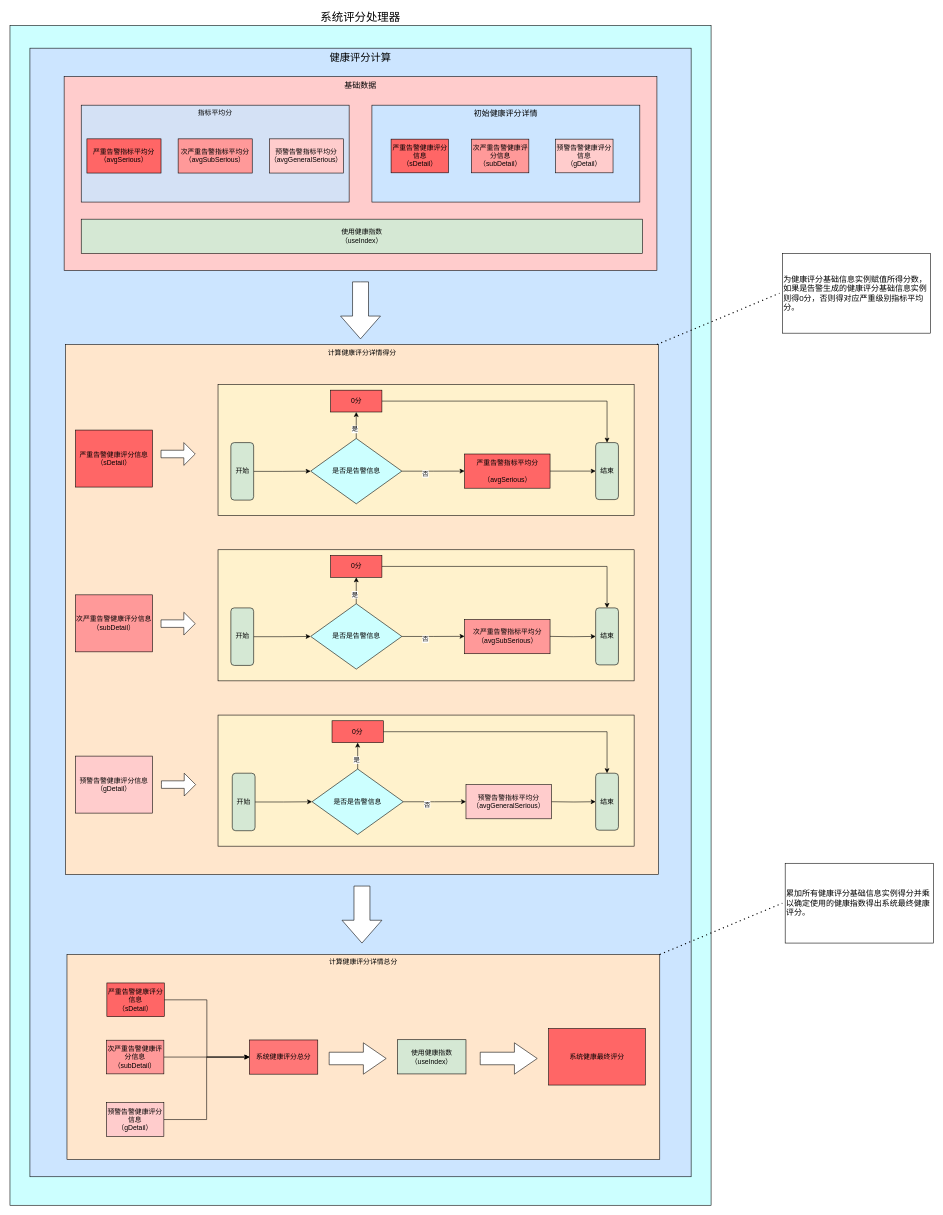
diaosinanshen/draw keeps this draw.io diagram as 健康模型3.drawio. Above is the earlier version. Source tidied: cells renumbered, new cells numbered last; positions are measured from the earlier drawing's top-left corner, leaving out a move shared by most shapes. Both pictures are drawn from the tidied source at 57%, with x=0, y=0 at pixel (10, 25).
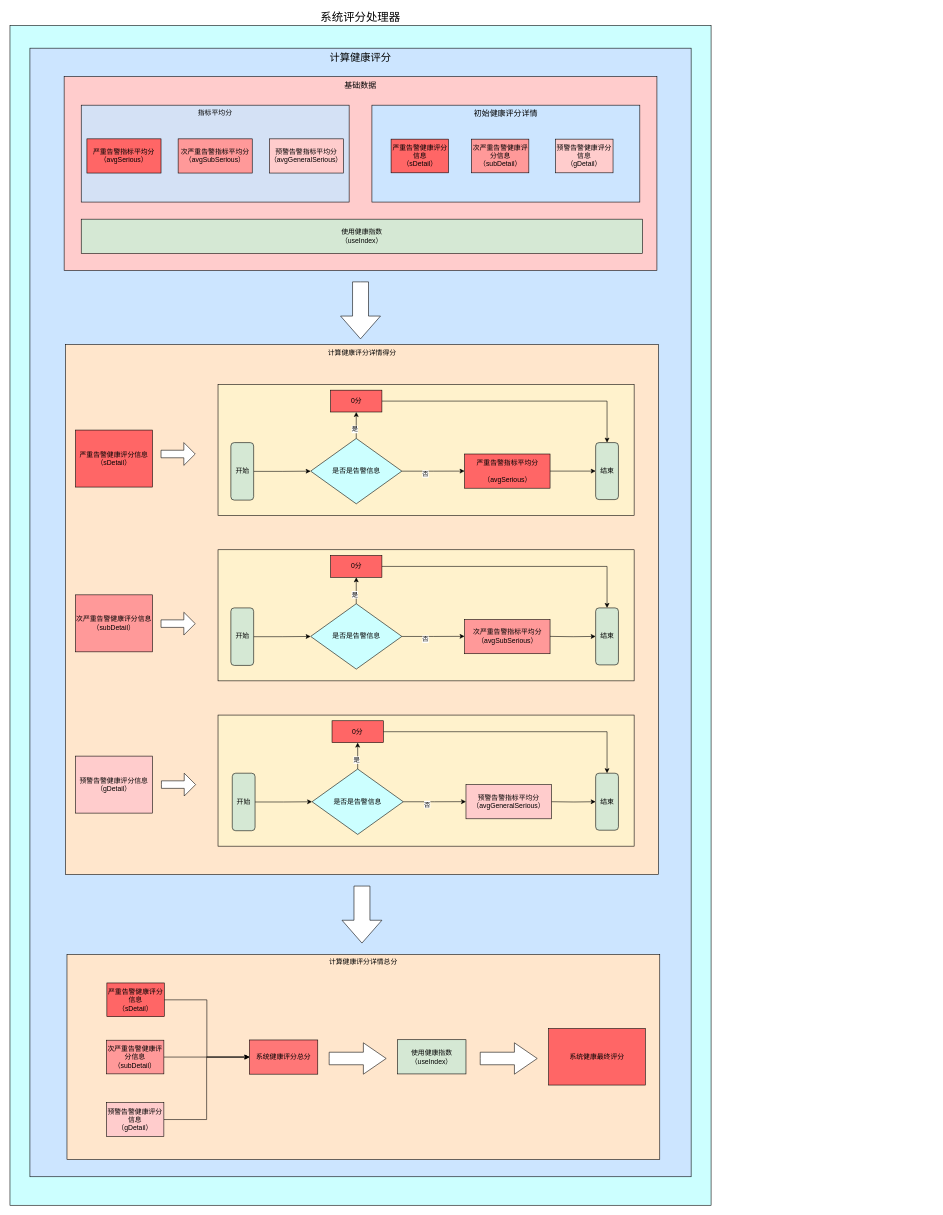
The same page after the edit.

Commit message:
更新健康模型3.drawio

Change to the diagram source:
```diff
@@
-    <mxCell id="3" value="健康评分计算" style="rounded=0;whiteSpace=wrap;html=1;verticalAlign=top;fillColor=#CCE5FF;fontSize=18;" parent="1" vertex="1">
+    <mxCell id="3" value="计算健康评分" style="rounded=0;whiteSpace=wrap;html=1;verticalAlign=top;fillColor=#CCE5FF;fontSize=18;" parent="1" vertex="1">
       <mxGeometry x="35" y="40" width="1160" height="1980" as="geometry" />
     </mxCell>
@@
-    <mxCell id="74" style="endArrow=none;dashed=1;html=1;dashPattern=1 3;strokeWidth=2;rounded=0;fontSize=14;exitX=1;exitY=0;exitDx=0;exitDy=0;" parent="1" edge="1">
-      <mxGeometry relative="1" as="geometry">
-        <mxPoint x="1135" y="560" as="sourcePoint" />
-        <mxPoint x="1350" y="470" as="targetPoint" />
-      </mxGeometry>
-    </mxCell>
-    <mxCell id="75" value="为健康评分基础信息实例赋值所得分数，如果是告警生成的健康评分基础信息实例则得0分，否则得对应严重级别指标平均分。" style="text;html=1;strokeColor=default;fillColor=none;align=left;verticalAlign=middle;whiteSpace=wrap;rounded=0;fontSize=14;" parent="1" vertex="1">
-      <mxGeometry x="1355" y="400" width="260" height="140" as="geometry" />
-    </mxCell>
-    <mxCell id="76" style="endArrow=none;dashed=1;html=1;dashPattern=1 3;strokeWidth=2;rounded=0;fontSize=14;exitX=1;exitY=0;exitDx=0;exitDy=0;" parent="1" edge="1">
-      <mxGeometry relative="1" as="geometry">
-        <mxPoint x="1140" y="1630" as="sourcePoint" />
-        <mxPoint x="1355" y="1540" as="targetPoint" />
-      </mxGeometry>
-    </mxCell>
-    <mxCell id="77" value="累加所有健康评分基础信息实例得分并乘以确定使用的健康指数得出系统最终健康评分。" style="text;html=1;strokeColor=default;fillColor=none;align=left;verticalAlign=middle;whiteSpace=wrap;rounded=0;fontSize=14;" parent="1" vertex="1">
-      <mxGeometry x="1360" y="1470" width="260" height="140" as="geometry" />
-    </mxCell>
```
